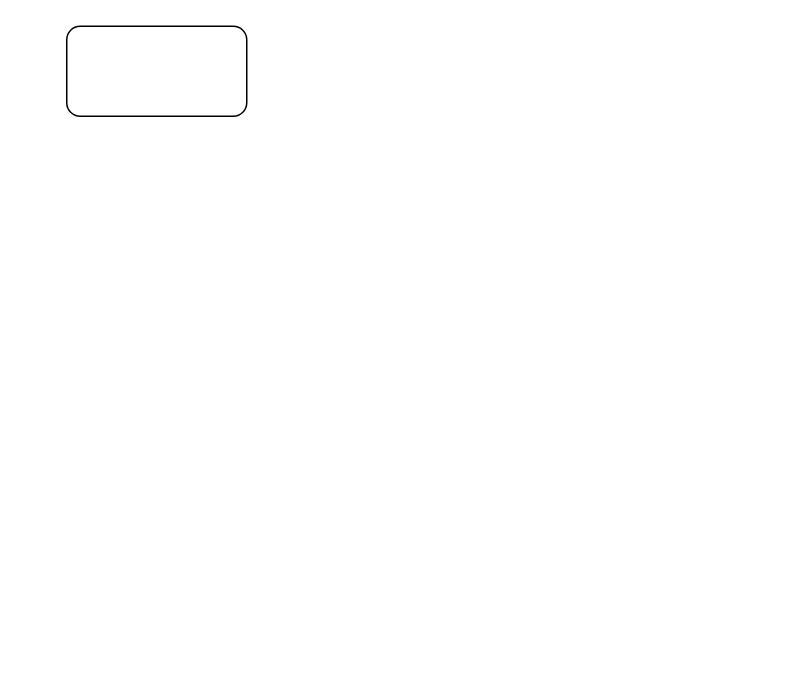
Before: VELOCIDAD LED.drawio in shidoaxl/ELECTIVA-4, a draw.io diagram. Source tidied: cells renumbered, new cells numbered last; positions are measured from the earlier drawing's top-left corner, leaving out a move shared by most shapes. Both pictures are drawn from the tidied source at 150%, with x=0, y=0 at pixel (66, 26).
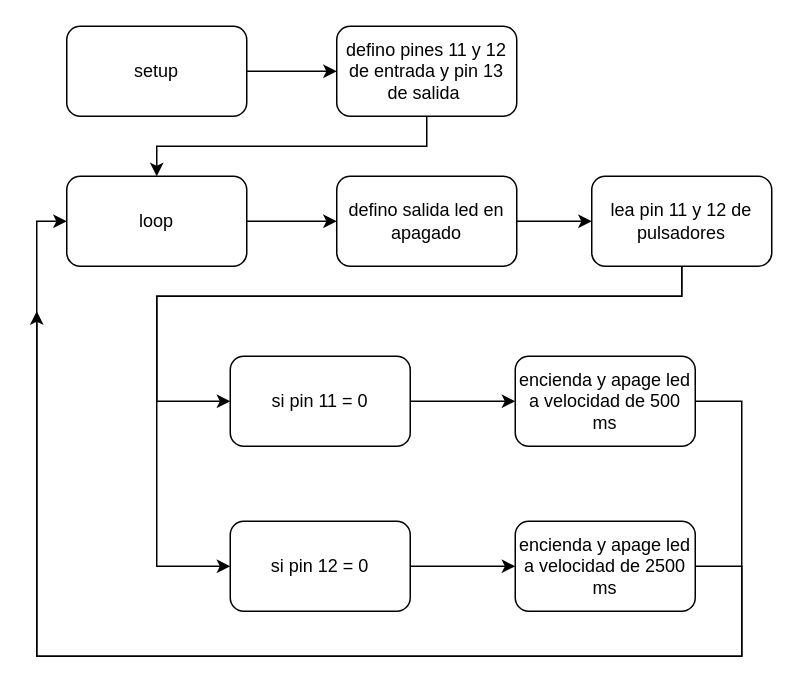
Above is the later version.

The edit, as a diff of the source:
```diff
@@
+    <mxCell id="3" style="edgeStyle=orthogonalEdgeStyle;rounded=0;jettySize=auto;html=1;" parent="1" edge="1" source="2" target="5">
+      <mxGeometry relative="1" as="geometry" />
+    </mxCell>
-    <mxCell id="2" style="rounded=1;whiteSpace=wrap;html=1;" parent="1" vertex="1">
+    <mxCell id="2" value="setup" style="rounded=1;whiteSpace=wrap;html=1;" parent="1" vertex="1">
       <mxGeometry width="120" height="60" as="geometry" />
     </mxCell>
+    <mxCell id="4" style="edgeStyle=orthogonalEdgeStyle;rounded=0;jettySize=auto;html=1;" parent="1" edge="1" source="5" target="11">
+      <mxGeometry relative="1" as="geometry">
+        <Array as="points">
+          <mxPoint x="240" y="80" />
+          <mxPoint x="60" y="80" />
+        </Array>
+      </mxGeometry>
+    </mxCell>
+    <mxCell id="5" value="defino pines 11 y 12 de entrada y pin 13 de salida&amp;nbsp;" style="rounded=1;whiteSpace=wrap;html=1;" parent="1" vertex="1">
+      <mxGeometry x="180" width="120" height="60" as="geometry" />
+    </mxCell>
+    <mxCell id="6" style="edgeStyle=orthogonalEdgeStyle;rounded=0;jettySize=auto;html=1;" parent="1" edge="1" source="7" target="14">
+      <mxGeometry relative="1" as="geometry" />
+    </mxCell>
+    <mxCell id="7" value="defino salida led en apagado" style="rounded=1;whiteSpace=wrap;html=1;" parent="1" vertex="1">
+      <mxGeometry x="180" y="100" width="120" height="60" as="geometry" />
+    </mxCell>
+    <mxCell id="8" style="edgeStyle=orthogonalEdgeStyle;rounded=0;jettySize=auto;html=1;" parent="1" edge="1" source="9" target="17">
+      <mxGeometry relative="1" as="geometry" />
+    </mxCell>
+    <mxCell id="9" value="si pin 11 = 0" style="rounded=1;whiteSpace=wrap;html=1;" parent="1" vertex="1">
+      <mxGeometry x="109" y="220" width="120" height="60" as="geometry" />
+    </mxCell>
+    <mxCell id="10" style="edgeStyle=orthogonalEdgeStyle;rounded=0;jettySize=auto;html=1;" parent="1" edge="1" source="11" target="7">
+      <mxGeometry relative="1" as="geometry" />
+    </mxCell>
+    <mxCell id="11" value="loop" style="rounded=1;whiteSpace=wrap;html=1;" parent="1" vertex="1">
+      <mxGeometry y="100" width="120" height="60" as="geometry" />
+    </mxCell>
+    <mxCell id="12" style="edgeStyle=orthogonalEdgeStyle;rounded=0;jettySize=auto;html=1;" parent="1" edge="1" source="14" target="9">
+      <mxGeometry relative="1" as="geometry">
+        <Array as="points">
+          <mxPoint x="410" y="180" />
+          <mxPoint x="60" y="180" />
+          <mxPoint x="60" y="250" />
+        </Array>
+      </mxGeometry>
+    </mxCell>
+    <mxCell id="13" style="edgeStyle=orthogonalEdgeStyle;rounded=0;jettySize=auto;html=1;entryX=0;entryY=0.5;entryDx=0;entryDy=0;" parent="1" edge="1" source="14" target="21">
+      <mxGeometry relative="1" as="geometry">
+        <Array as="points">
+          <mxPoint x="410" y="180" />
+          <mxPoint x="60" y="180" />
+          <mxPoint x="60" y="360" />
+        </Array>
+      </mxGeometry>
+    </mxCell>
+    <mxCell id="14" value="lea pin 11 y 12 de pulsadores" style="rounded=1;whiteSpace=wrap;html=1;" parent="1" vertex="1">
+      <mxGeometry x="350" y="100" width="120" height="60" as="geometry" />
+    </mxCell>
+    <mxCell id="15" style="edgeStyle=orthogonalEdgeStyle;rounded=0;orthogonalLoop=1;jettySize=auto;html=1;" parent="1" edge="1">
+      <mxGeometry relative="1" as="geometry">
+        <mxPoint x="310" y="360" as="sourcePoint" />
+        <mxPoint x="380" y="360" as="targetPoint" />
+      </mxGeometry>
+    </mxCell>
+    <mxCell id="16" style="edgeStyle=orthogonalEdgeStyle;rounded=0;jettySize=auto;html=1;entryX=0;entryY=0.5;entryDx=0;entryDy=0;" parent="1" edge="1" source="17" target="11">
+      <mxGeometry relative="1" as="geometry">
+        <Array as="points">
+          <mxPoint x="450" y="250" />
+          <mxPoint x="450" y="420" />
+          <mxPoint x="-20" y="420" />
+          <mxPoint x="-20" y="130" />
+        </Array>
+      </mxGeometry>
+    </mxCell>
+    <mxCell id="17" value="encienda y apage led a velocidad de 500 ms" style="rounded=1;whiteSpace=wrap;html=1;" parent="1" vertex="1">
+      <mxGeometry x="299" y="220" width="120" height="60" as="geometry" />
+    </mxCell>
+    <mxCell id="18" style="edgeStyle=orthogonalEdgeStyle;rounded=0;jettySize=auto;html=1;" parent="1" edge="1" source="19">
+      <mxGeometry relative="1" as="geometry">
+        <mxPoint x="-20" y="190" as="targetPoint" />
+        <Array as="points">
+          <mxPoint x="450" y="360" />
+          <mxPoint x="450" y="420" />
+          <mxPoint x="-20" y="420" />
+        </Array>
+      </mxGeometry>
+    </mxCell>
+    <mxCell id="19" value="encienda y apage led a velocidad de 2500 ms" style="rounded=1;whiteSpace=wrap;html=1;" parent="1" vertex="1">
+      <mxGeometry x="299" y="330" width="120" height="60" as="geometry" />
+    </mxCell>
+    <mxCell id="20" style="edgeStyle=orthogonalEdgeStyle;rounded=0;jettySize=auto;html=1;" parent="1" edge="1" source="21" target="19">
+      <mxGeometry relative="1" as="geometry" />
+    </mxCell>
+    <mxCell id="21" value="si pin 12 = 0" style="rounded=1;whiteSpace=wrap;html=1;" parent="1" vertex="1">
+      <mxGeometry x="109" y="330" width="120" height="60" as="geometry" />
+    </mxCell>
```
